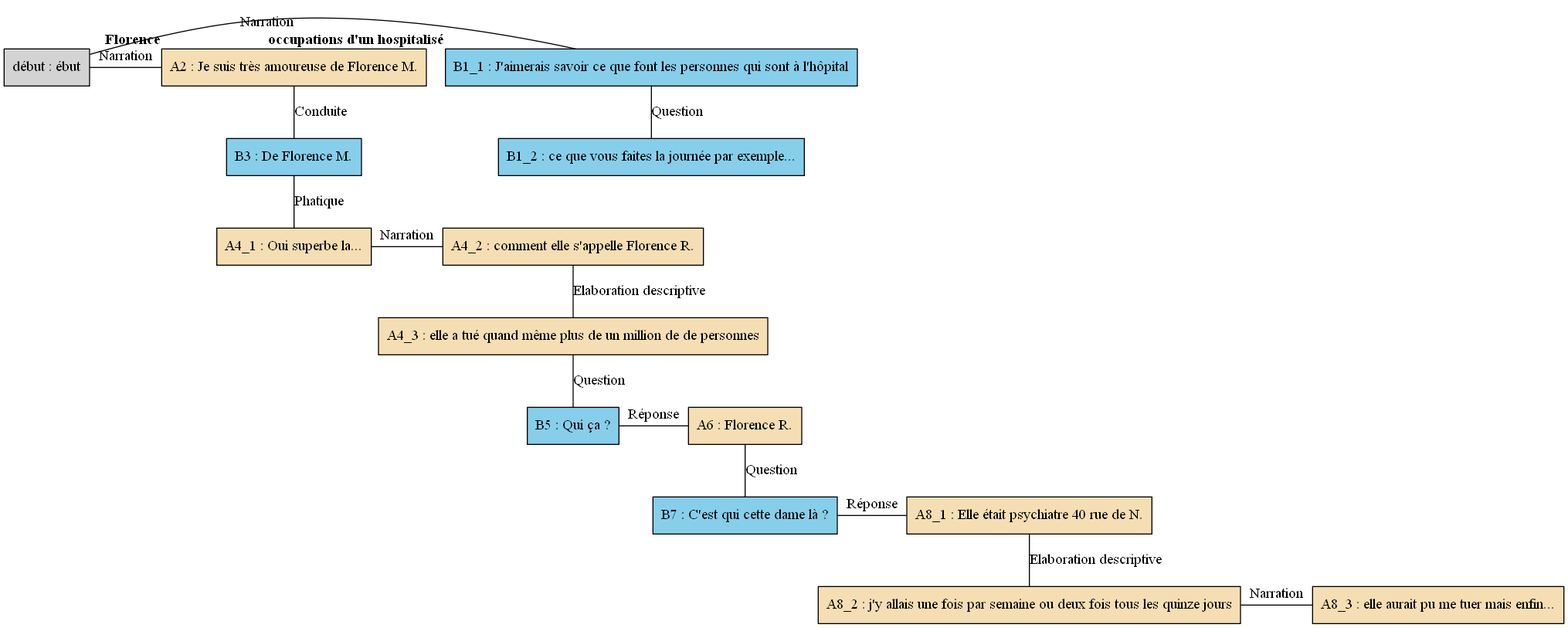
AlaixComet/AnnotationSlamPTut keeps this Graphviz diagram as arbres/Florence/Florence_-_E10.gv.png. Above is the earlier version. Its source is kept beside it as arbres/Florence/Florence_-_E10.gv.
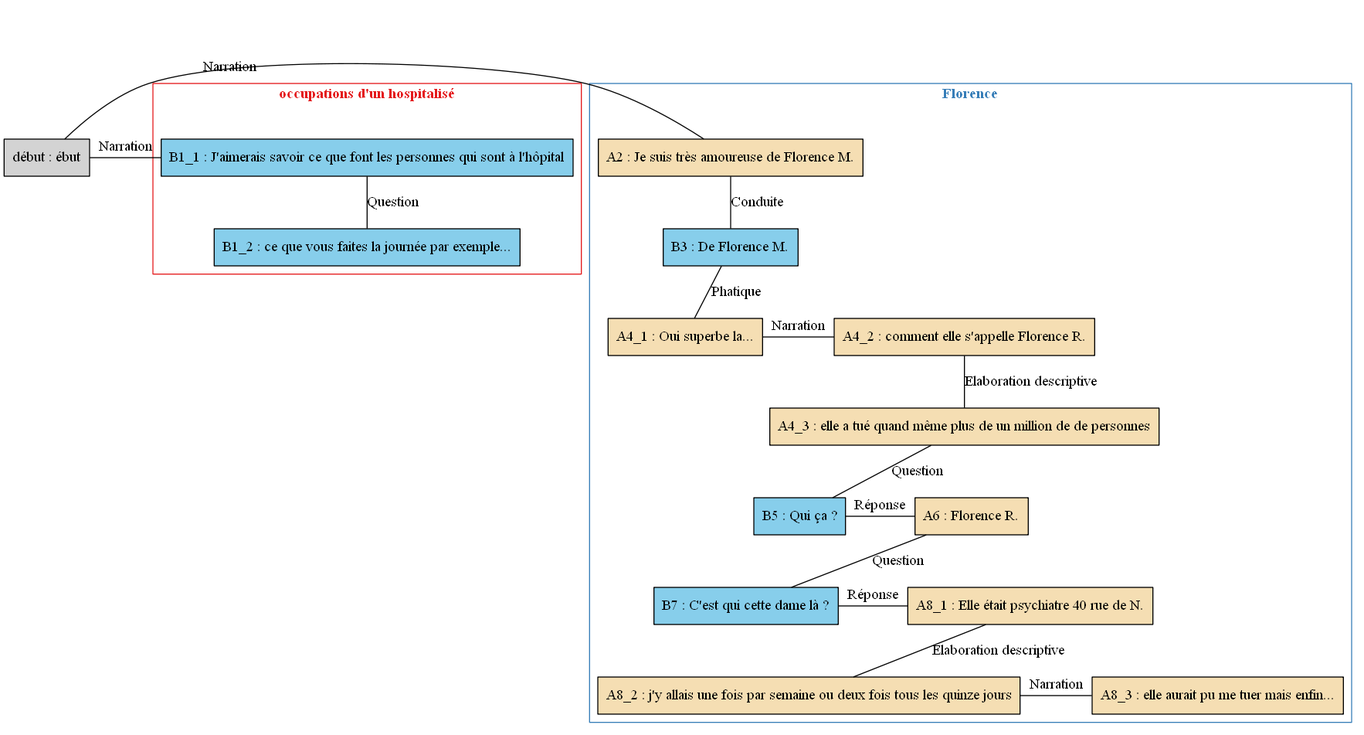
The same file after the commit.

Change to the diagram source:
```diff
@@ -1,60 +1,64 @@
 digraph E10 {
 	node [shape=box style=filled]
-	"début" [label="début : ébut" xlabel=""]
-	B1_1 [label="B1_1 : J'aimerais savoir ce que font les personnes qui sont à l'hôpital" fillcolor=skyblue xlabel=<<B>occupations d'un hospitalisé</B>>]
-	B1_2 [label="B1_2 : ce que vous faites la journée par exemple..." fillcolor=skyblue xlabel=""]
-	A2 [label="A2 : Je suis très amoureuse de Florence M." fillcolor=wheat xlabel=<<B>Florence</B>>]
-	B3 [label="B3 : De Florence M." fillcolor=skyblue xlabel=""]
-	A4_1 [label="A4_1 : Oui superbe la..." fillcolor=wheat xlabel=""]
-	A4_2 [label="A4_2 : comment elle s'appelle Florence R." fillcolor=wheat xlabel=""]
-	A4_3 [label="A4_3 : elle a tué quand même plus de un million de de personnes" fillcolor=wheat xlabel=""]
-	B5 [label="B5 : Qui ça ?" fillcolor=skyblue xlabel=""]
-	A6 [label="A6 : Florence R." fillcolor=wheat xlabel=""]
-	B7 [label="B7 : C'est qui cette dame là ?" fillcolor=skyblue xlabel=""]
-	A8_1 [label="A8_1 : Elle était psychiatre 40 rue de N." fillcolor=wheat xlabel=""]
-	A8_2 [label="A8_2 : j'y allais une fois par semaine ou deux fois tous les quinze jours" fillcolor=wheat xlabel=""]
-	A8_3 [label="A8_3 : elle aurait pu me tuer mais enfin..." fillcolor=wheat xlabel=""]
-	{
-		rank=same
-		"début"
+	newrank=true
+	zero [style=invis]
+	"début" [label="début : ébut"]
+	B1_1 [label="B1_1 : J'aimerais savoir ce que font les personnes qui sont à l'hôpital" fillcolor=skyblue]
+	B1_2 [label="B1_2 : ce que vous faites la journée par exemple..." fillcolor=skyblue]
+	A2 [label="A2 : Je suis très amoureuse de Florence M." fillcolor=wheat]
+	B3 [label="B3 : De Florence M." fillcolor=skyblue]
+	A4_1 [label="A4_1 : Oui superbe la..." fillcolor=wheat]
+	A4_2 [label="A4_2 : comment elle s'appelle Florence R." fillcolor=wheat]
+	A4_3 [label="A4_3 : elle a tué quand même plus de un million de de personnes" fillcolor=wheat]
+	B5 [label="B5 : Qui ça ?" fillcolor=skyblue]
+	A6 [label="A6 : Florence R." fillcolor=wheat]
+	B7 [label="B7 : C'est qui cette dame là ?" fillcolor=skyblue]
+	A8_1 [label="A8_1 : Elle était psychiatre 40 rue de N." fillcolor=wheat]
+	A8_2 [label="A8_2 : j'y allais une fois par semaine ou deux fois tous les quinze jours" fillcolor=wheat]
+	A8_3 [label="A8_3 : elle aurait pu me tuer mais enfin..." fillcolor=wheat]
+	zero -> "début" [label="" style=invis]
+	zero -> B1_1 [style=invis weight=1]
+	"début" -> B1_1 [label=Narration constraint=false dir=none]
+	B1_1 -> B1_2 [label=Question dir=none weight=2]
+	zero -> A2 [style=invis weight=1]
+	"début" -> A2 [label=Narration constraint=false dir=none]
+	A2 -> B3 [label=Conduite dir=none weight=2]
+	B3 -> A4_1 [label=Phatique dir=none weight=2]
+	B3 -> A4_2 [style=invis weight=1]
+	A4_1 -> A4_2 [label=Narration constraint=false dir=none]
+	A4_2 -> A4_3 [label="Elaboration descriptive" dir=none weight=2]
+	A4_3 -> B5 [label=Question dir=none weight=2]
+	A4_3 -> A6 [style=invis weight=1]
+	B5 -> A6 [label="Réponse" constraint=false dir=none]
+	A6 -> B7 [label=Question dir=none weight=2]
+	A6 -> A8_1 [style=invis weight=1]
+	B7 -> A8_1 [label="Réponse" constraint=false dir=none]
+	A8_1 -> A8_2 [label="Elaboration descriptive" dir=none weight=2]
+	A8_1 -> A8_3 [style=invis weight=1]
+	A8_2 -> A8_3 [label=Narration constraint=false dir=none]
+	subgraph cluster_1 {
+		label=<<B>occupations d'un hospitalisé</B>>
+		colorscheme=set19
+		color=1
+		fontcolor=1
 		B1_1
-		"début" -> B1_1 [label=Narration dir=none]
+		B1_2
 	}
-	B1_1 -> B1_2 [label=Question dir=none]
-	{
-		rank=same
-		"début"
+	subgraph cluster_2 {
+		label=<<B>Florence</B>>
+		colorscheme=set19
+		color=2
+		fontcolor=2
 		A2
-		"début" -> A2 [label=Narration dir=none]
-	}
-	A2 -> B3 [label=Conduite dir=none]
-	B3 -> A4_1 [label=Phatique dir=none]
-	{
-		rank=same
+		B3
 		A4_1
 		A4_2
-		A4_1 -> A4_2 [label=Narration dir=none]
-	}
-	A4_2 -> A4_3 [label="Elaboration descriptive" dir=none]
-	A4_3 -> B5 [label=Question dir=none]
-	{
-		rank=same
+		A4_3
 		B5
 		A6
-		B5 -> A6 [label="Réponse" dir=none]
-	}
-	A6 -> B7 [label=Question dir=none]
-	{
-		rank=same
 		B7
 		A8_1
-		B7 -> A8_1 [label="Réponse" dir=none]
-	}
-	A8_1 -> A8_2 [label="Elaboration descriptive" dir=none]
-	{
-		rank=same
 		A8_2
 		A8_3
-		A8_2 -> A8_3 [label=Narration dir=none]
 	}
 }
```
